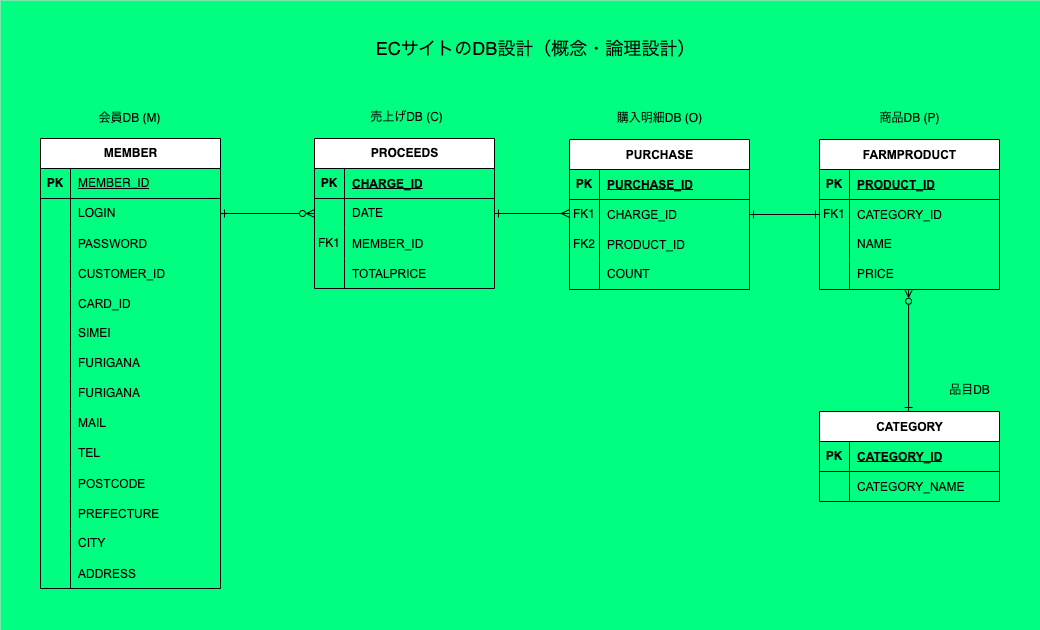
The draw.io diagram diagrams/ER図（DB設計）.drawio.png in yasshy-jp/3kanyama, before a commit. Source tidied: cells renumbered, new cells last; positions are measured from the earlier drawing's top-left corner, leaving out a move shared by most shapes.
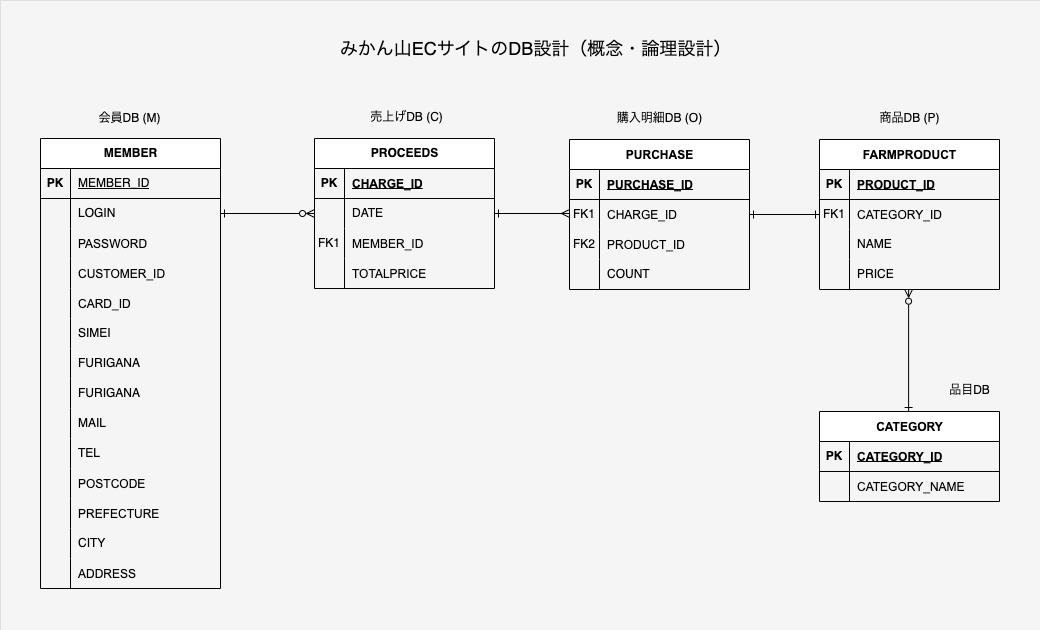
The same diagram one commit later.

Commit message:
ER図（DB設計）.drawio.png を更新します

Change to the diagram source:
```diff
@@ -2,7 +2,7 @@
   <root>
     <mxCell id="0" />
     <mxCell id="1" parent="0" />
-    <mxCell id="2" style="rounded=0;whiteSpace=wrap;html=1;strokeWidth=0;strokeColor=#666666;fillColor=#00FF80;" parent="1" vertex="1">
+    <mxCell id="2" style="rounded=0;whiteSpace=wrap;html=1;strokeWidth=0;strokeColor=#666666;fillColor=#F5F5F5;" parent="1" vertex="1">
       <mxGeometry width="1040" height="630" as="geometry" />
     </mxCell>
     <mxCell id="3" value="MEMBER" style="shape=table;startSize=30;rowLines=0;fontStyle=1;align=center;html=1;" parent="1" vertex="1">
@@ -308,8 +308,8 @@
     <mxCell id="100" value="品目DB" style="text;html=1;align=center;verticalAlign=middle;strokeColor=none;fillColor=none;" parent="1" vertex="1">
       <mxGeometry x="939" y="375" width="60" height="30" as="geometry" />
     </mxCell>
-    <mxCell id="101" value="&lt;font style=&quot;font-size: 18px;&quot;&gt;ECサイトのDB設計（概念・論理設計）&lt;/font&gt;" style="text;html=1;align=center;verticalAlign=middle;strokeColor=none;fillColor=none;" parent="1" vertex="1">
-      <mxGeometry x="365" y="28" width="340" height="40" as="geometry" />
+    <mxCell id="101" value="&lt;font style=&quot;font-size: 18px;&quot;&gt;みかん山ECサイトのDB設計（概念・論理設計）&lt;/font&gt;" style="text;html=1;align=center;verticalAlign=middle;strokeColor=none;fillColor=none;" parent="1" vertex="1">
+      <mxGeometry x="330" y="28" width="410" height="40" as="geometry" />
     </mxCell>
   </root>
 </mxGraphModel>
```
